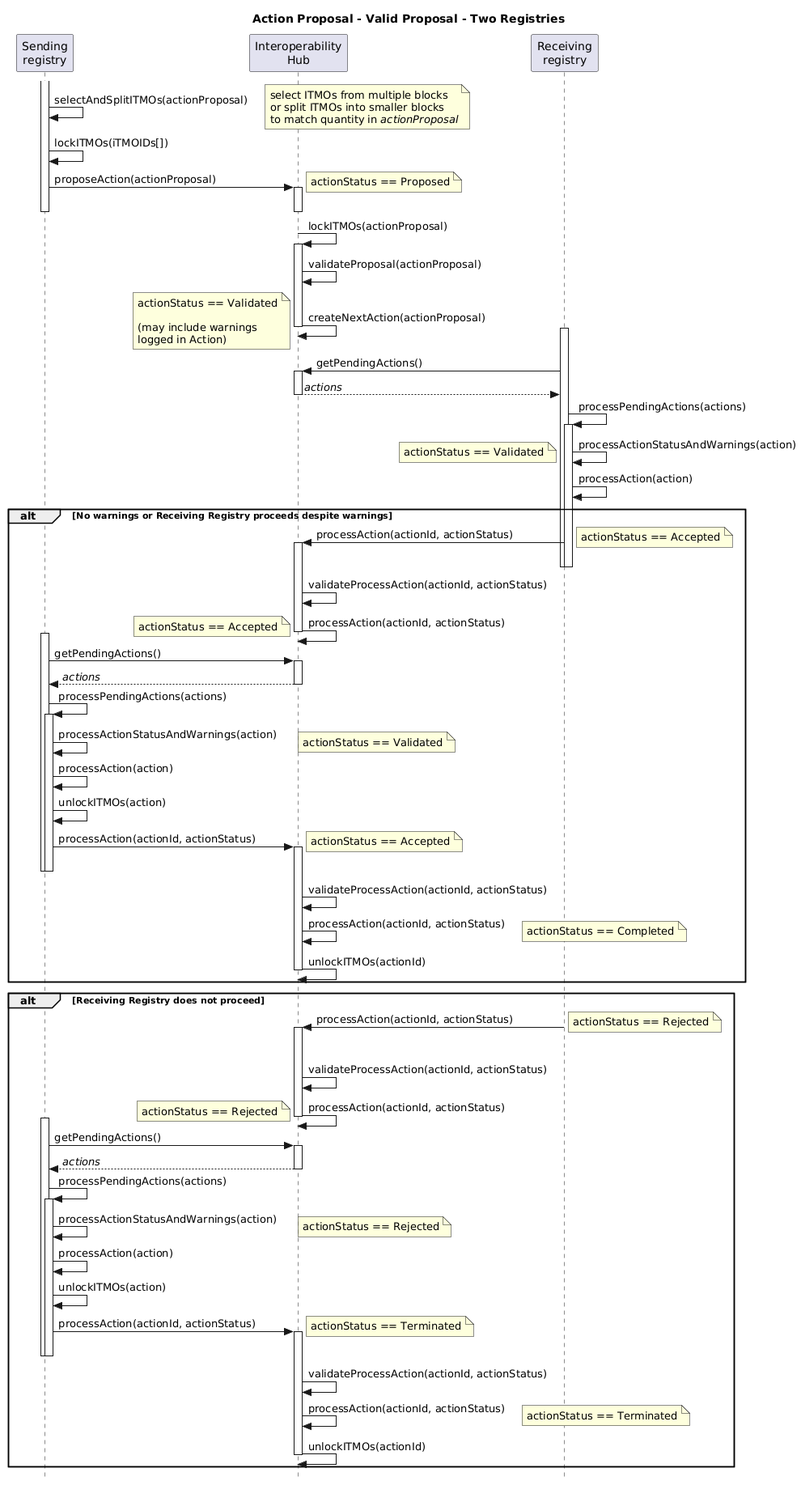
Above: diagrams/actionProposal_Valid_TwoReg_Sequence.png in frankcnng/CARP (PlantUML), before the change.
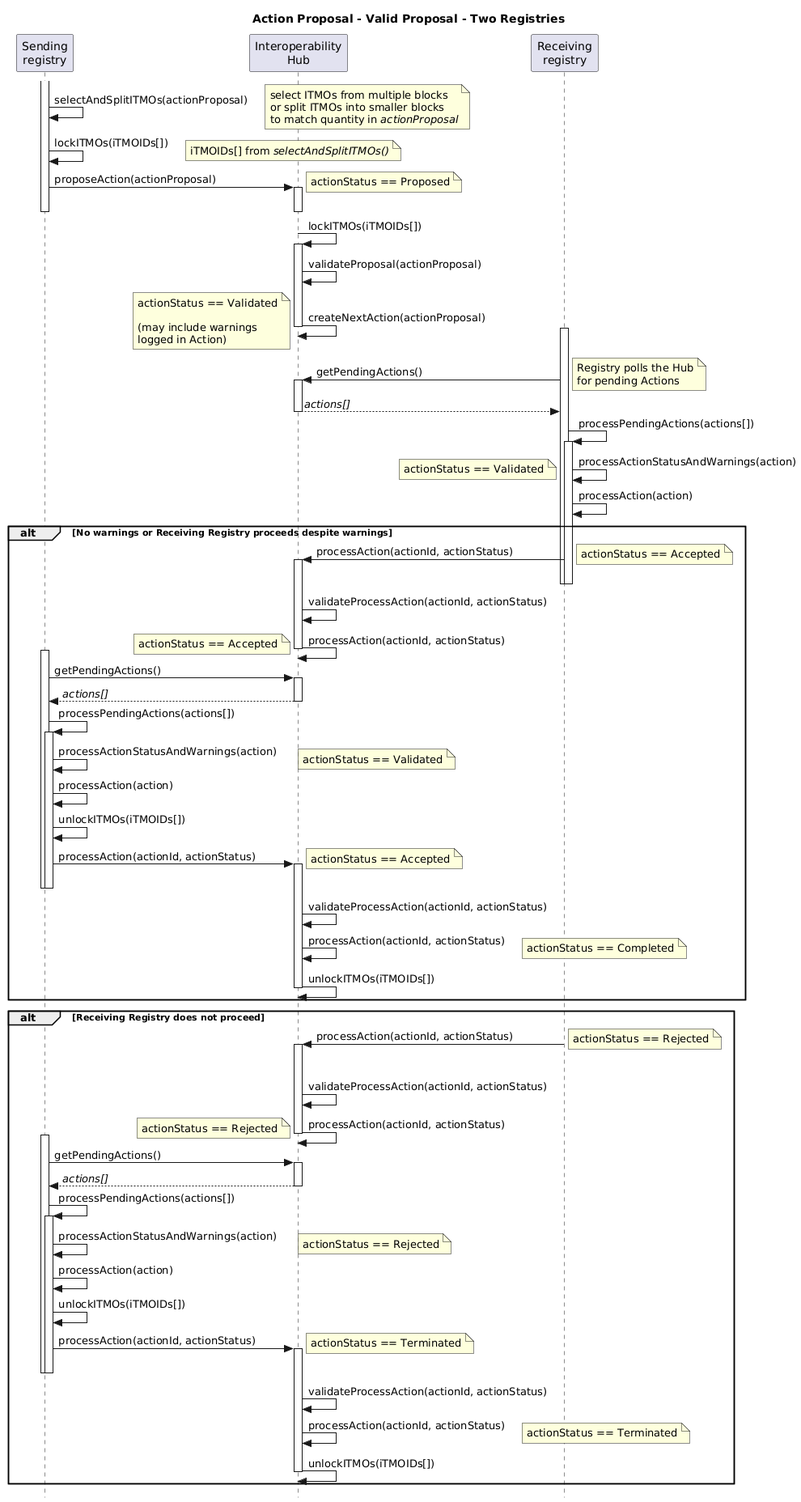
Above is the later version.

Commit message:
Commit from GitHub Actions (Run linters and build artifacts)

Diff of the diagram source:
```diff
@@ -13,22 +13,26 @@
 note right: select ITMOs from multiple blocks\nor split ITMOs into smaller blocks\nto match quantity in //actionProposal//
 
 Sender -> Sender: lockITMOs(iTMOIDs[])
+note right: iTMOIDs[] from //selectAndSplitITMOs()//
+
 Sender -> Hub++ : proposeAction(actionProposal)
 note right: actionStatus == Proposed
+deactivate Sender
 deactivate Hub
-deactivate Sender
 
-Hub -> Hub++: lockITMOs(actionProposal)
+Hub -> Hub++: lockITMOs(iTMOIDs[])
 Hub -> Hub: validateProposal(actionProposal)
 Hub -> Hub--: createNextAction(actionProposal)
 note left: actionStatus == Validated\n\n(may include warnings\nlogged in Action)
 
 activate Receiver
 Receiver -> Hub++: getPendingActions()
-Receiver <-- Hub: //actions//
+  note right: Registry polls the Hub\nfor pending Actions
+
+Receiver <-- Hub: //actions[]//
 deactivate Hub
 
-Receiver -> Receiver: processPendingActions(actions)
+Receiver -> Receiver: processPendingActions(actions[])
 activate Receiver
 Receiver -> Receiver: processActionStatusAndWarnings(action)
 note left: actionStatus == Validated
@@ -47,15 +51,15 @@
 
   activate Sender
   Sender -> Hub++ : getPendingActions()
-  Sender <-- Hub : //actions//
+  Sender <-- Hub : //actions[]//
   deactivate Hub
 
-  Sender -> Sender: processPendingActions(actions)
+  Sender -> Sender: processPendingActions(actions[])
   activate Sender
   Sender -> Sender: processActionStatusAndWarnings(action)
   note right: actionStatus == Validated
   Sender -> Sender: processAction(action)
-  Sender -> Sender: unlockITMOs(action)
+  Sender -> Sender: unlockITMOs(iTMOIDs[])
 
   Sender -> Hub++: processAction(actionId, actionStatus)
   note right: actionStatus == Accepted
@@ -64,7 +68,7 @@
   Hub -> Hub: validateProcessAction(actionId, actionStatus)
   Hub -> Hub: processAction(actionId, actionStatus)
   note right: actionStatus == Completed
-  Hub -> Hub--: unlockITMOs(actionId)
+  Hub -> Hub--: unlockITMOs(iTMOIDs[])
 
 end
 
@@ -83,16 +87,16 @@
 
   activate Sender
   Sender -> Hub++ : getPendingActions()
-  Sender <-- Hub: //actions//
+  Sender <-- Hub: //actions[]//
   deactivate Hub
 
-  Sender -> Sender: processPendingActions(actions)
+  Sender -> Sender: processPendingActions(actions[])
   activate Sender
   Sender -> Sender: processActionStatusAndWarnings(action)
   note right: actionStatus == Rejected
 
   Sender -> Sender: processAction(action)
-  Sender -> Sender: unlockITMOs(action)
+  Sender -> Sender: unlockITMOs(iTMOIDs[])
 
   Sender -> Hub++: processAction(actionId, actionStatus)
   note right: actionStatus == Terminated
@@ -101,7 +105,7 @@
   Hub -> Hub: validateProcessAction(actionId, actionStatus)
   Hub -> Hub: processAction(actionId, actionStatus)
   note right: actionStatus == Terminated
-  Hub -> Hub--: unlockITMOs(actionId)
+  Hub -> Hub--: unlockITMOs(iTMOIDs[])
 
 end
 
```
